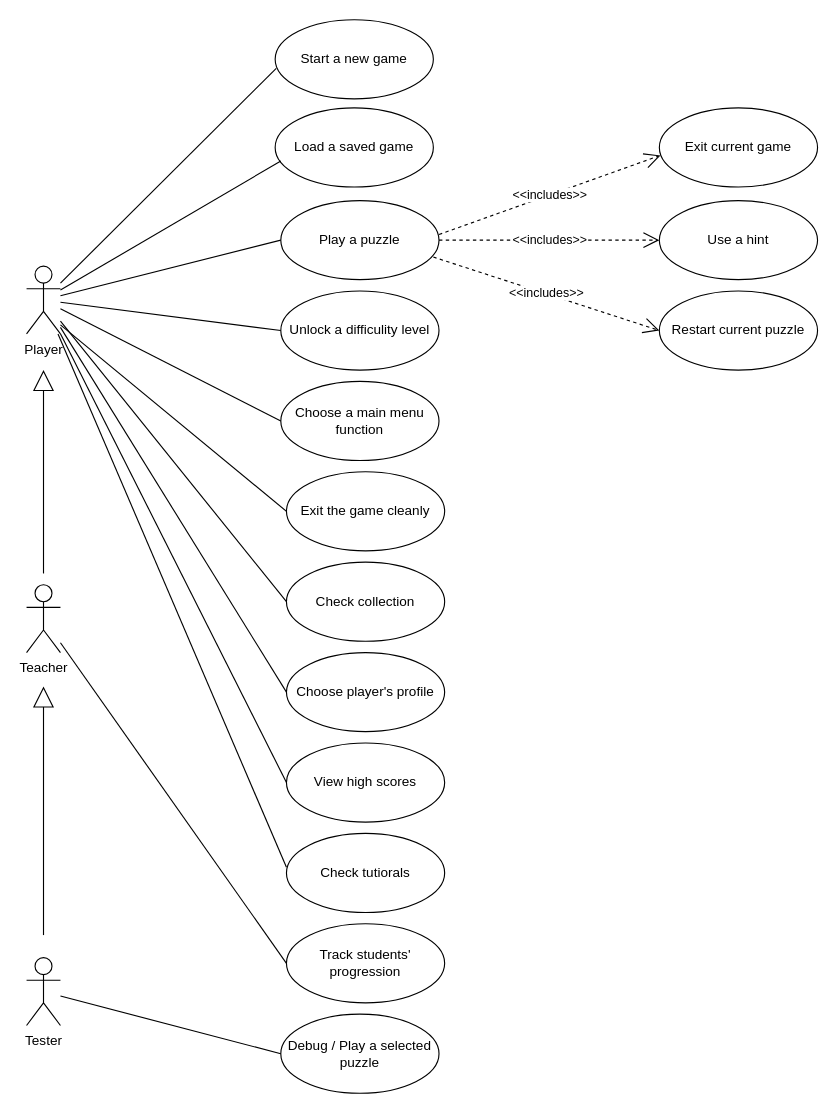
This is 未命名绘图.drawio from maxinimize/uml, a draw.io file, before an edit. Source tidied: cells renumbered, new cells numbered last; positions are measured from the earlier drawing's top-left corner, leaving out a move shared by most shapes. Both pictures are drawn from the tidied source at 113%, with x=0, y=0 at pixel (26, 19).
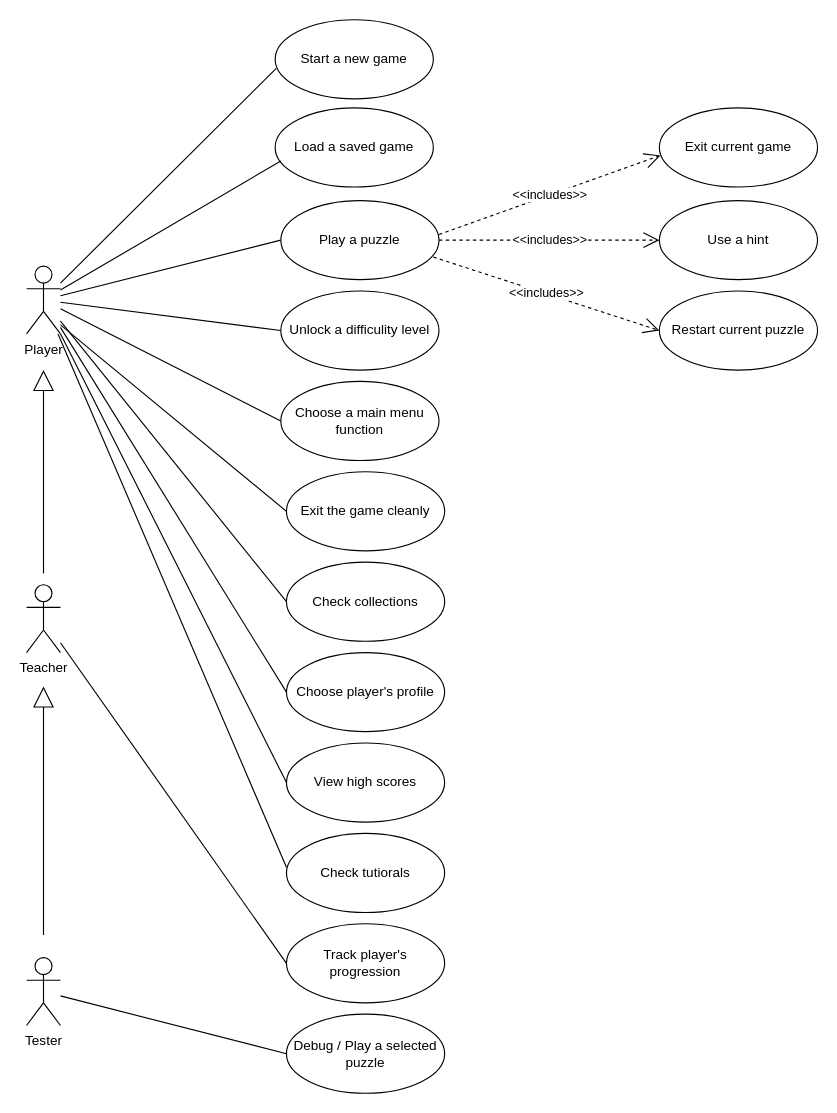
The same page after the edit.

Commit message:
更新未命名绘图.drawio

Diff of the diagram source:
```diff
@@
     <mxCell id="5" value="Debug / Play a selected puzzle" style="ellipse;whiteSpace=wrap;html=1;" parent="1" vertex="1">
-      <mxGeometry x="225" y="880" width="140" height="70" as="geometry" />
+      <mxGeometry x="230" y="880" width="140" height="70" as="geometry" />
     </mxCell>
-    <mxCell id="6" value="Check collection" style="ellipse;whiteSpace=wrap;html=1;" parent="1" vertex="1">
+    <mxCell id="6" value="Check collections" style="ellipse;whiteSpace=wrap;html=1;" parent="1" vertex="1">
       <mxGeometry x="230" y="480" width="140" height="70" as="geometry" />
     </mxCell>
@@
-    <mxCell id="9" value="Track students' progression" style="ellipse;whiteSpace=wrap;html=1;" parent="1" vertex="1">
+    <mxCell id="9" value="Track player's progression" style="ellipse;whiteSpace=wrap;html=1;" parent="1" vertex="1">
       <mxGeometry x="230" y="800" width="140" height="70" as="geometry" />
     </mxCell>
```
